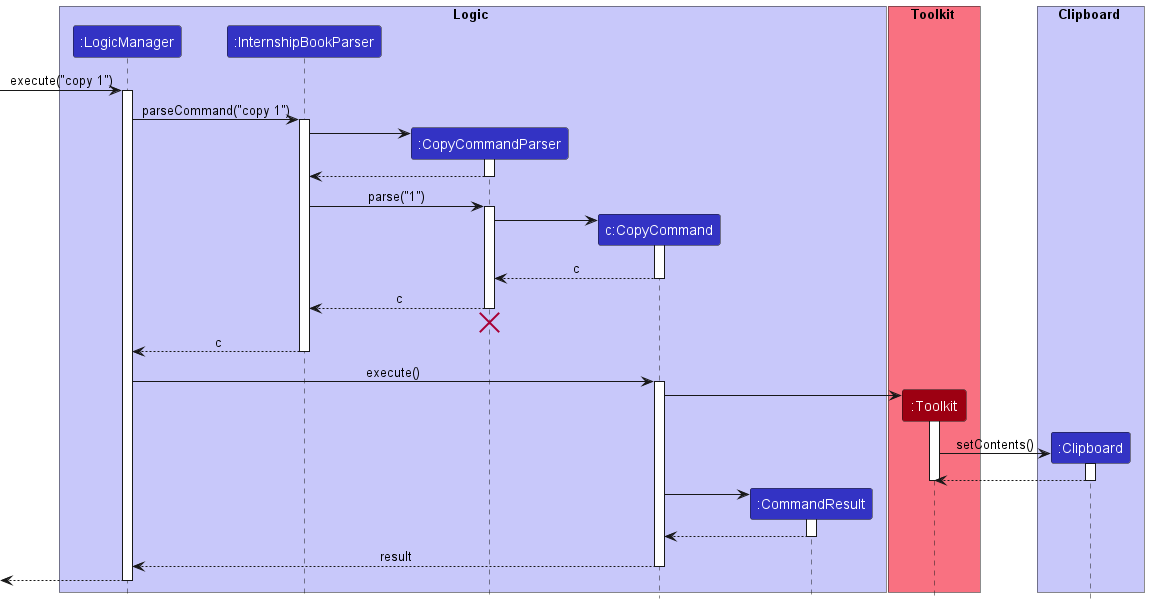
Earlier version of the PlantUML export docs/images/CopySequenceDiagram.png (nus-cs2103-AY2223S1/tp). Source of this version:
```plantuml
@startuml
!include style.puml

box Logic LOGIC_COLOR_T1
participant ":LogicManager" as LogicManager LOGIC_COLOR
participant ":InternshipBookParser" as InternshipBookParser LOGIC_COLOR
participant ":CopyCommandParser" as CopyCommandParser LOGIC_COLOR
participant "c:CopyCommand" as CopyCommand LOGIC_COLOR
participant ":CommandResult" as CommandResult LOGIC_COLOR
end box

box Toolkit MODEL_COLOR_T1
participant ":Toolkit" as Toolkit MODEL_COLOR
end box

box Clipboard LOGIC_COLOR_T1
participant ":Clipboard" as Clipboard LOGIC_COLOR
end box

[-> LogicManager : execute("copy 1")
activate LogicManager

LogicManager -> InternshipBookParser : parseCommand("copy 1")
activate InternshipBookParser

create CopyCommandParser
InternshipBookParser -> CopyCommandParser
activate CopyCommandParser

CopyCommandParser --> InternshipBookParser
deactivate CopyCommandParser

InternshipBookParser -> CopyCommandParser : parse("1")
activate CopyCommandParser

create CopyCommand
CopyCommandParser -> CopyCommand
activate CopyCommand

CopyCommand --> CopyCommandParser : c
deactivate CopyCommand

CopyCommandParser --> InternshipBookParser : c
deactivate CopyCommandParser
CopyCommandParser -[hidden]-> InternshipBookParser
destroy CopyCommandParser

InternshipBookParser --> LogicManager : c
deactivate InternshipBookParser

LogicManager -> CopyCommand : execute()
activate CopyCommand

create Toolkit
CopyCommand -> Toolkit
activate Toolkit

create Clipboard
Toolkit -> Clipboard : setContents()
activate Clipboard

Clipboard --> Toolkit
deactivate Clipboard
deactivate Toolkit

create CommandResult
CopyCommand -> CommandResult
activate CommandResult

CommandResult --> CopyCommand
deactivate CommandResult

CopyCommand --> LogicManager : result
deactivate CopyCommand

[<--LogicManager
deactivate LogicManager
@enduml
```
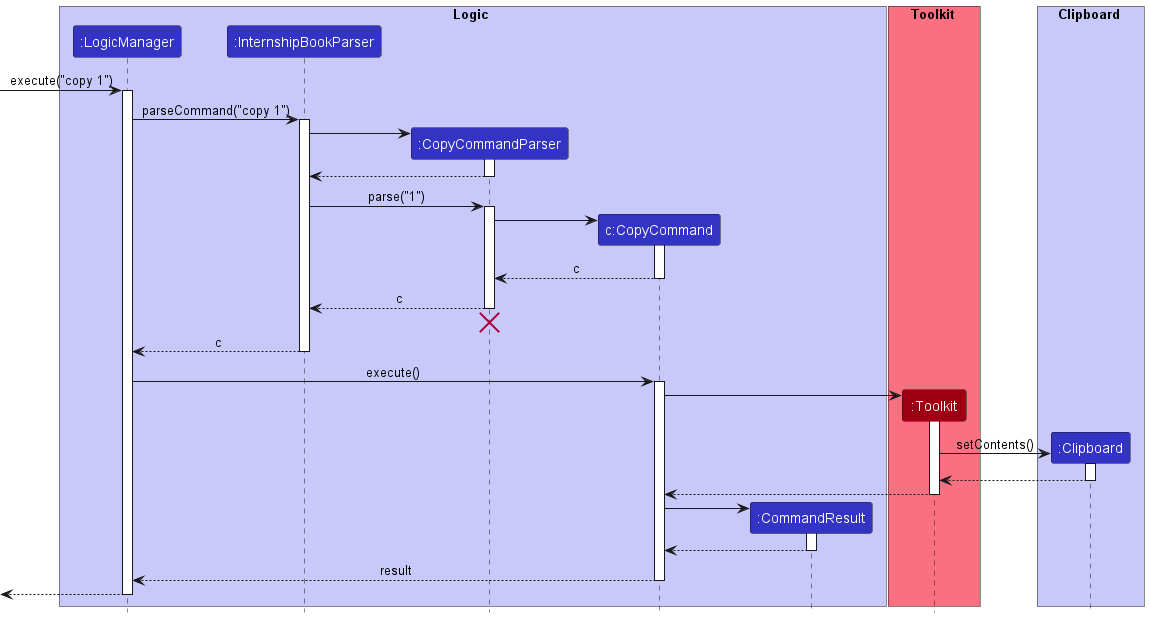
After the commit.

Commit message:
Update sequence diagrams

What changed in the source:
```diff
@@ -61,6 +61,7 @@
 
 Clipboard --> Toolkit
 deactivate Clipboard
+Toolkit --> CopyCommand
 deactivate Toolkit
 
 create CommandResult
```
